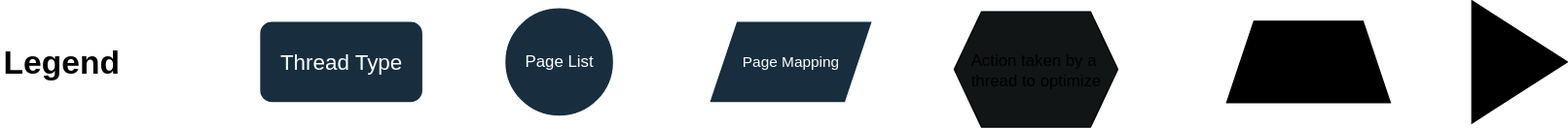
This is images/legend.svg from npersily3/vm, a draw.io export, as it was before one commit. Source tidied: cells renumbered, new cells last; positions are measured from the earlier drawing's top-left corner, leaving out a move shared by most shapes.
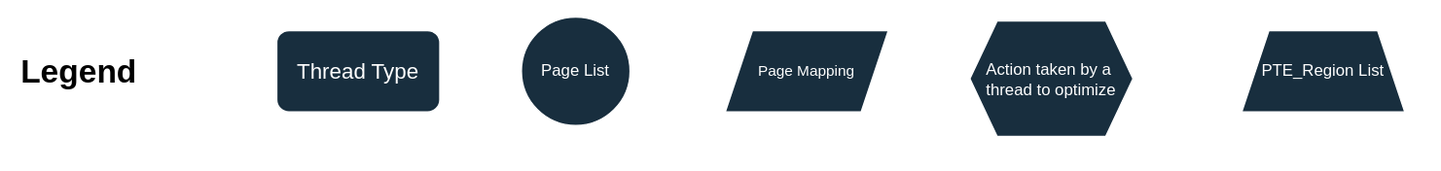
Above is the later version.

Change to the diagram source:
```diff
@@ -11,15 +11,12 @@
     <mxCell id="4" value="&lt;span style=&quot;font-size: 11px; text-wrap-mode: nowrap;&quot;&gt;Page Mapping&lt;/span&gt;" style="shape=parallelogram;perimeter=parallelogramPerimeter;whiteSpace=wrap;html=1;fixedSize=1;strokeColor=#FFFFFF;fontColor=#FFFFFF;fillColor=#182E3E;labelBackgroundColor=none;" parent="1" vertex="1">
       <mxGeometry x="520" y="15" width="120" height="60" as="geometry" />
     </mxCell>
-    <mxCell id="5" value="Action taken by a&amp;nbsp;&lt;div&gt;thread to optimize&lt;/div&gt;" style="shape=hexagon;perimeter=hexagonPerimeter2;whiteSpace=wrap;html=1;fixedSize=1;fillStyle=solid;fillColor=light-dark(#121516, #182e3e);" parent="1" vertex="1">
+    <mxCell id="5" value="Action taken by a&amp;nbsp;&lt;div&gt;thread to optimize&lt;/div&gt;" style="shape=hexagon;perimeter=hexagonPerimeter2;whiteSpace=wrap;html=1;fixedSize=1;fillStyle=solid;fillColor=#182E3E;strokeColor=#FFFFFF;fontColor=#FFFFFF;" parent="1" vertex="1">
       <mxGeometry x="700" y="8" width="120" height="85" as="geometry" />
     </mxCell>
-    <mxCell id="6" value="PTE_Region List" style="shape=trapezoid;perimeter=trapezoidPerimeter;whiteSpace=wrap;html=1;fixedSize=1;fillColor=light-dark(#000000,#182E3E);fillStyle=solid;" parent="1" vertex="1">
+    <mxCell id="6" value="PTE_Region List" style="shape=trapezoid;perimeter=trapezoidPerimeter;whiteSpace=wrap;html=1;fixedSize=1;fillColor=#182E3E;strokeColor=#FFFFFF;fontColor=#FFFFFF;fillStyle=solid;" parent="1" vertex="1">
       <mxGeometry x="900" y="15" width="120" height="60" as="geometry" />
     </mxCell>
-    <mxCell id="7" value="Wakeup&lt;div&gt;Event&lt;/div&gt;" style="triangle;whiteSpace=wrap;html=1;fillColor=light-dark(#000000,#182E3E);fillStyle=solid;align=left;" parent="1" vertex="1">
-      <mxGeometry x="1080" width="70" height="90" as="geometry" />
-    </mxCell>
     <mxCell id="8" value="&lt;h1 style=&quot;margin-top: 0px;&quot;&gt;Legend&lt;/h1&gt;" style="text;html=1;whiteSpace=wrap;overflow=hidden;rounded=0;" parent="1" vertex="1">
       <mxGeometry y="25" width="100" height="40" as="geometry" />
     </mxCell>
```
